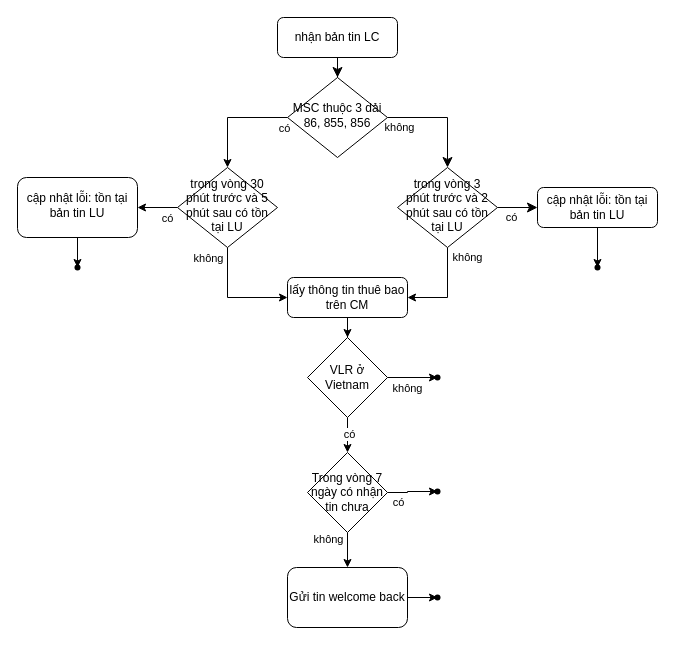
Above: welcome back new.drawio in Vipdt5k49/linh_tinh (draw.io), before the change. Source tidied: cells renumbered, new cells numbered last; positions are measured from the earlier drawing's top-left corner, leaving out a move shared by most shapes. Both pictures are drawn from the tidied source at 100%, with x=0, y=0 at pixel (17, 17).
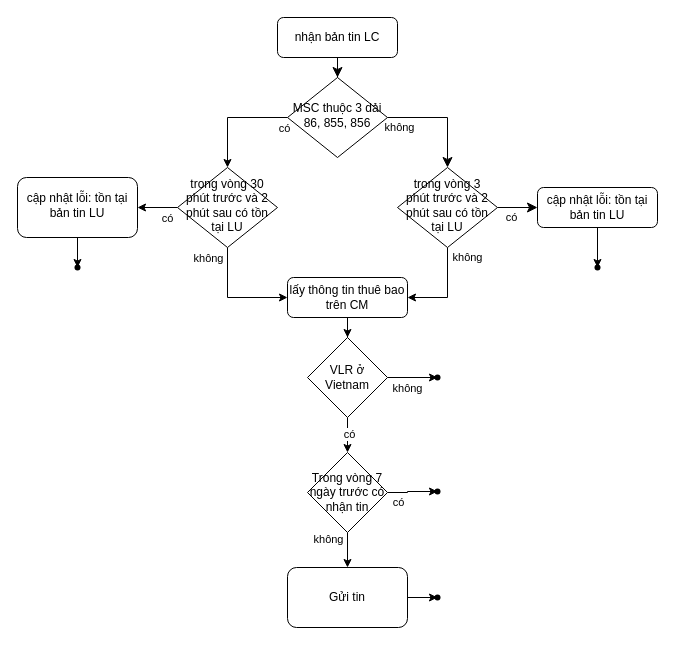
The same diagram, later.

Commit message:
Cập nhật welcome back new.drawio

What changed in the source:
```diff
@@
-    <mxCell id="19" value="&lt;font&gt;trong vòng 30 phút trước và 5 phút sau có tồn tại LU&lt;/font&gt;" style="rhombus;whiteSpace=wrap;html=1;shadow=0;fontFamily=Helvetica;fontSize=12;align=center;strokeWidth=1;spacing=6;spacingTop=-4;" parent="1" vertex="1">
+    <mxCell id="19" value="&lt;font&gt;trong vòng 30 phút trước và 2 phút sau có tồn tại LU&lt;/font&gt;" style="rhombus;whiteSpace=wrap;html=1;shadow=0;fontFamily=Helvetica;fontSize=12;align=center;strokeWidth=1;spacing=6;spacingTop=-4;" parent="1" vertex="1">
       <mxGeometry x="160" y="150" width="100" height="80" as="geometry" />
     </mxCell>
@@
-    <mxCell id="33" value="Trong vòng 7 ngày có nhận tin chưa" style="rhombus;whiteSpace=wrap;html=1;" parent="1" vertex="1">
+    <mxCell id="33" value="Trong vòng 7 ngày trước có nhận tin" style="rhombus;whiteSpace=wrap;html=1;" parent="1" vertex="1">
       <mxGeometry x="290" y="435" width="80" height="80" as="geometry" />
     </mxCell>
@@
-    <mxCell id="36" value="Gửi tin welcome back" style="rounded=1;whiteSpace=wrap;html=1;" parent="1" vertex="1">
+    <mxCell id="36" value="Gửi tin" style="rounded=1;whiteSpace=wrap;html=1;" parent="1" vertex="1">
       <mxGeometry x="270" y="550" width="120" height="60" as="geometry" />
     </mxCell>
```
